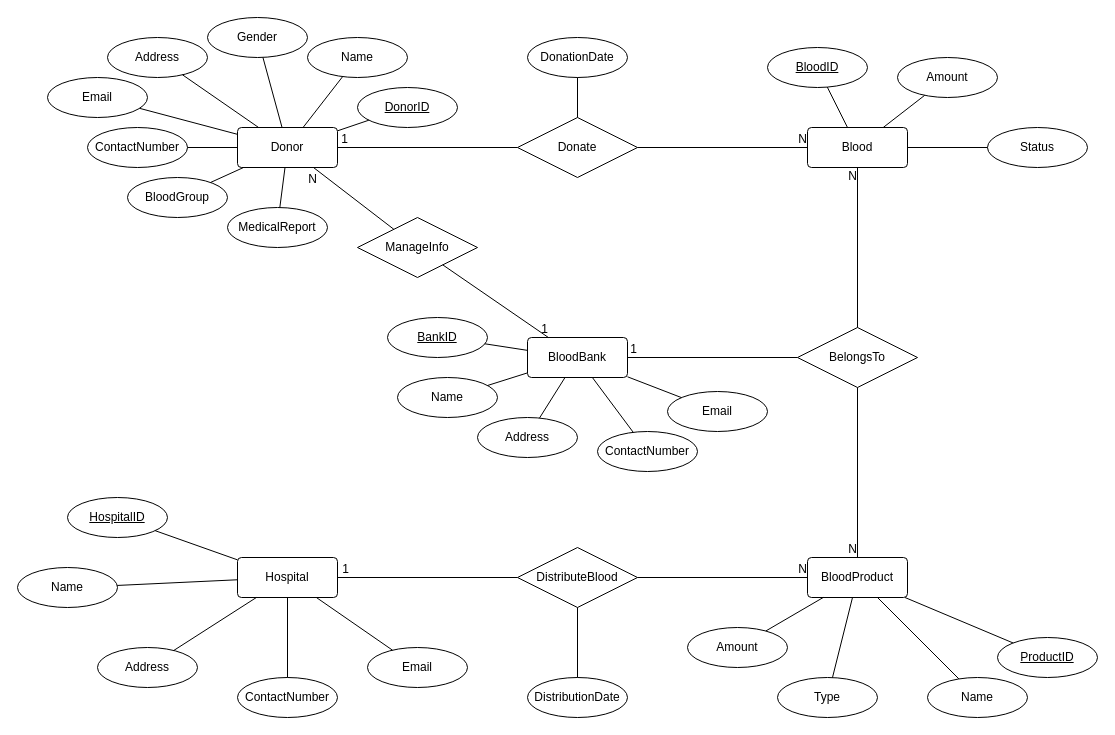
Above: Project.drawio in phucnguyen111/DatabaseProject-BloodManagement (draw.io), before the change. Source tidied: cells renumbered, new cells numbered last; positions are measured from the earlier drawing's top-left corner, leaving out a move shared by most shapes. Both pictures are drawn from the tidied source at 100%, with x=0, y=0 at pixel (17, 17).
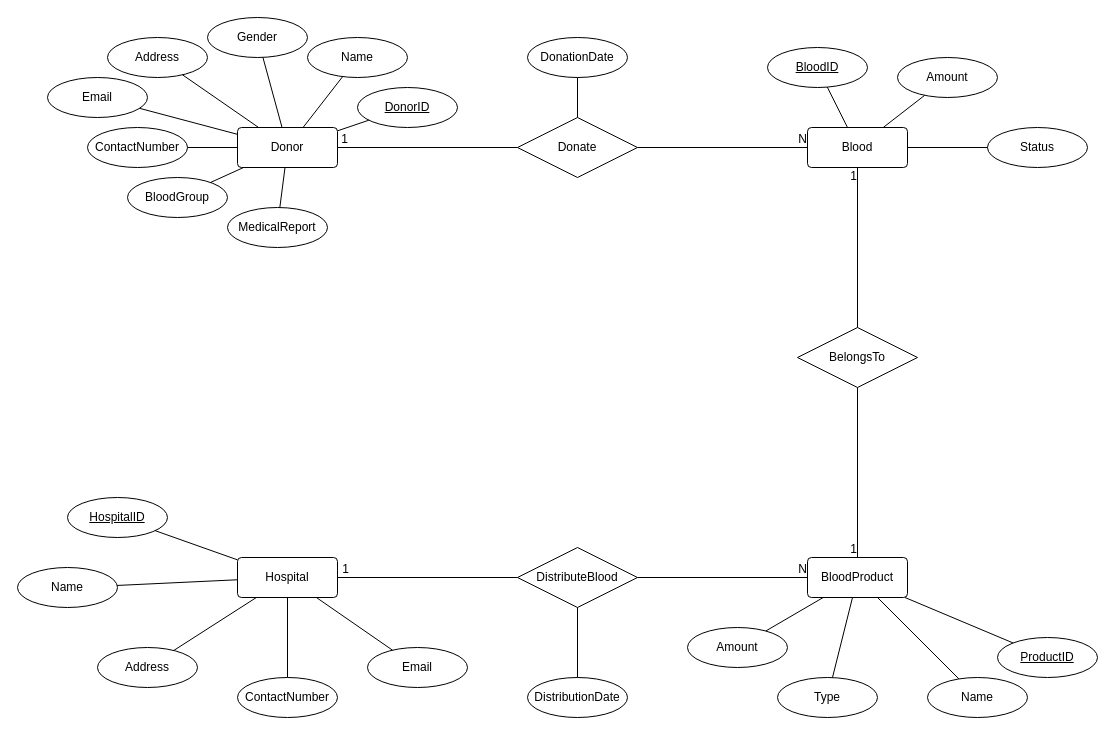
The same diagram, later.

Commit message:
Remove BloodBank entity (as we use for 1 blood bank only). Modify some relations

The change refers to these unchanged cells:
```xml
<mxCell id="2" value="Donor" style="rounded=1;arcSize=10;whiteSpace=wrap;html=1;align=center;" parent="1" vertex="1">
  <mxGeometry x="220" y="110" width="100" height="40" as="geometry" />
</mxCell>
<mxCell id="36" value="BelongsTo" style="shape=rhombus;perimeter=rhombusPerimeter;whiteSpace=wrap;html=1;align=center;" parent="1" vertex="1">
  <mxGeometry x="780" y="310" width="120" height="60" as="geometry" />
</mxCell>
<mxCell id="39" style="endArrow=none;html=1;rounded=0;" parent="1" edge="1" source="36" target="26">
  <mxGeometry relative="1" as="geometry" />
</mxCell>
<mxCell id="81" style="endArrow=none;html=1;rounded=0;" parent="1" edge="1" source="36" target="72">
  <mxGeometry relative="1" as="geometry" />
</mxCell>
```

Change to the diagram source:
```diff
@@
-    <mxCell id="17" value="BloodBank" style="rounded=1;arcSize=10;whiteSpace=wrap;html=1;align=center;" parent="1" vertex="1">
-      <mxGeometry x="510" y="320" width="100" height="40" as="geometry" />
-    </mxCell>
-    <mxCell id="18" value="BankID" style="ellipse;whiteSpace=wrap;html=1;align=center;fontStyle=4;" parent="1" vertex="1">
-      <mxGeometry x="370" y="300" width="100" height="40" as="geometry" />
-    </mxCell>
-    <mxCell id="19" value="Address" style="ellipse;whiteSpace=wrap;html=1;align=center;" parent="1" vertex="1">
-      <mxGeometry x="460" y="400" width="100" height="40" as="geometry" />
-    </mxCell>
-    <mxCell id="20" value="ContactNumber" style="ellipse;whiteSpace=wrap;html=1;align=center;" parent="1" vertex="1">
-      <mxGeometry x="580" y="414" width="100" height="40" as="geometry" />
-    </mxCell>
-    <mxCell id="21" value="Email" style="ellipse;whiteSpace=wrap;html=1;align=center;" parent="1" vertex="1">
-      <mxGeometry x="650" y="374" width="100" height="40" as="geometry" />
-    </mxCell>
-    <mxCell id="22" style="endArrow=none;html=1;rounded=0;" parent="1" edge="1" source="17" target="21">
-      <mxGeometry relative="1" as="geometry" />
-    </mxCell>
-    <mxCell id="23" style="endArrow=none;html=1;rounded=0;" parent="1" edge="1" source="20" target="17">
-      <mxGeometry relative="1" as="geometry" />
-    </mxCell>
-    <mxCell id="24" style="endArrow=none;html=1;rounded=0;" parent="1" edge="1" source="19" target="17">
-      <mxGeometry relative="1" as="geometry" />
-    </mxCell>
-    <mxCell id="25" style="endArrow=none;html=1;rounded=0;" parent="1" edge="1" source="18" target="17">
-      <mxGeometry relative="1" as="geometry" />
-    </mxCell>
@@
-    <mxCell id="37" style="endArrow=none;html=1;rounded=0;" parent="1" edge="1" source="36" target="17">
-      <mxGeometry relative="1" as="geometry" />
-    </mxCell>
-    <mxCell id="38" value="1" style="html=1;align=right;verticalAlign=bottom;" parent="37" vertex="1">
-      <mxGeometry x="1" relative="1" as="geometry">
-        <mxPoint x="10" as="offset" />
-      </mxGeometry>
-    </mxCell>
@@
-    <mxCell id="40" value="N" style="html=1;align=right;verticalAlign=bottom;" parent="39" vertex="1">
+    <mxCell id="40" value="1" style="html=1;align=right;verticalAlign=bottom;" parent="39" vertex="1">
       <mxGeometry x="1" relative="1" as="geometry">
         <mxPoint y="17" as="offset" />
       </mxGeometry>
     </mxCell>
-    <mxCell id="41" value="Name" style="ellipse;whiteSpace=wrap;html=1;align=center;" parent="1" vertex="1">
-      <mxGeometry x="380" y="360" width="100" height="40" as="geometry" />
-    </mxCell>
-    <mxCell id="42" style="endArrow=none;html=1;rounded=0;" parent="1" edge="1" source="41" target="17">
-      <mxGeometry relative="1" as="geometry" />
-    </mxCell>
@@
-    <mxCell id="47" value="ManageInfo" style="shape=rhombus;perimeter=rhombusPerimeter;whiteSpace=wrap;html=1;align=center;" parent="1" vertex="1">
-      <mxGeometry x="340" y="200" width="120" height="60" as="geometry" />
-    </mxCell>
@@
-    <mxCell id="55" style="endArrow=none;html=1;rounded=0;" parent="1" edge="1" source="47" target="17">
-      <mxGeometry relative="1" as="geometry" />
-    </mxCell>
-    <mxCell id="56" value="1" style="html=1;align=right;verticalAlign=bottom;" parent="55" vertex="1">
-      <mxGeometry x="1" relative="1" as="geometry" />
-    </mxCell>
-    <mxCell id="57" style="endArrow=none;html=1;rounded=0;" parent="1" edge="1" source="47" target="2">
-      <mxGeometry relative="1" as="geometry" />
-    </mxCell>
-    <mxCell id="58" value="N" style="html=1;align=right;verticalAlign=bottom;" parent="57" vertex="1">
-      <mxGeometry x="1" relative="1" as="geometry">
-        <mxPoint x="3.7" y="19.8" as="offset" />
-      </mxGeometry>
-    </mxCell>
@@
-    <mxCell id="82" value="N" style="html=1;align=right;verticalAlign=bottom;" parent="81" vertex="1">
+    <mxCell id="82" value="1" style="html=1;align=right;verticalAlign=bottom;" parent="81" vertex="1">
       <mxGeometry x="1" relative="1" as="geometry" />
     </mxCell>
```
